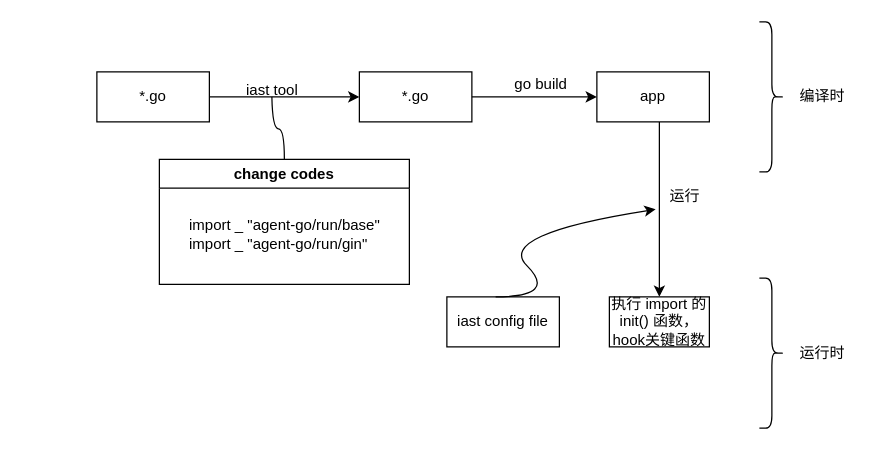
Before: go iast.drawio in zzzskd/pictureandor, a draw.io diagram. Source tidied: cells renumbered, new cells numbered last; positions are measured from the earlier drawing's top-left corner, leaving out a move shared by most shapes. Both pictures are drawn from the tidied source at 125%, with x=0, y=0 at pixel (96, 21).
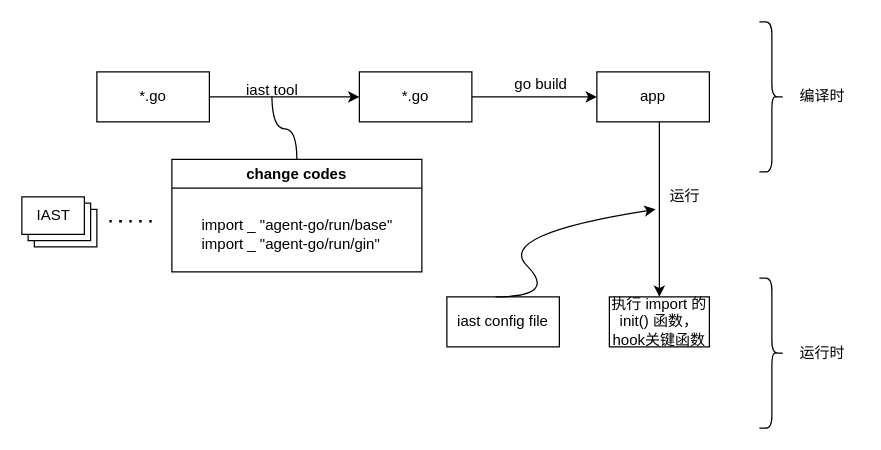
The same page after the edit.

Change to the diagram source:
```diff
@@
     <mxCell id="9" value="change codes" style="swimlane;whiteSpace=wrap;html=1;" parent="1" vertex="1">
-      <mxGeometry x="50" y="110" width="200" height="100" as="geometry" />
+      <mxGeometry x="60" y="110" width="200" height="90" as="geometry" />
     </mxCell>
@@
+    <mxCell id="21" style="verticalLabelPosition=bottom;verticalAlign=top;html=1;shape=mxgraph.basic.layered_rect;dx=10;whiteSpace=wrap;" parent="1" vertex="1">
+      <mxGeometry x="-60" y="140" width="60" height="40" as="geometry" />
+    </mxCell>
+    <mxCell id="22" value="IAST" style="text;html=1;align=center;verticalAlign=middle;strokeColor=none;fillColor=none;" parent="1" vertex="1">
+      <mxGeometry x="-60" y="140" width="50" height="30" as="geometry" />
+    </mxCell>
+    <mxCell id="23" style="endArrow=none;dashed=1;html=1;dashPattern=1 3;strokeWidth=2;rounded=0;curved=1;" parent="1" edge="1">
+      <mxGeometry relative="1" as="geometry">
+        <mxPoint x="10" y="159.5" as="sourcePoint" />
+        <mxPoint x="50" y="159.5" as="targetPoint" />
+      </mxGeometry>
+    </mxCell>
```
